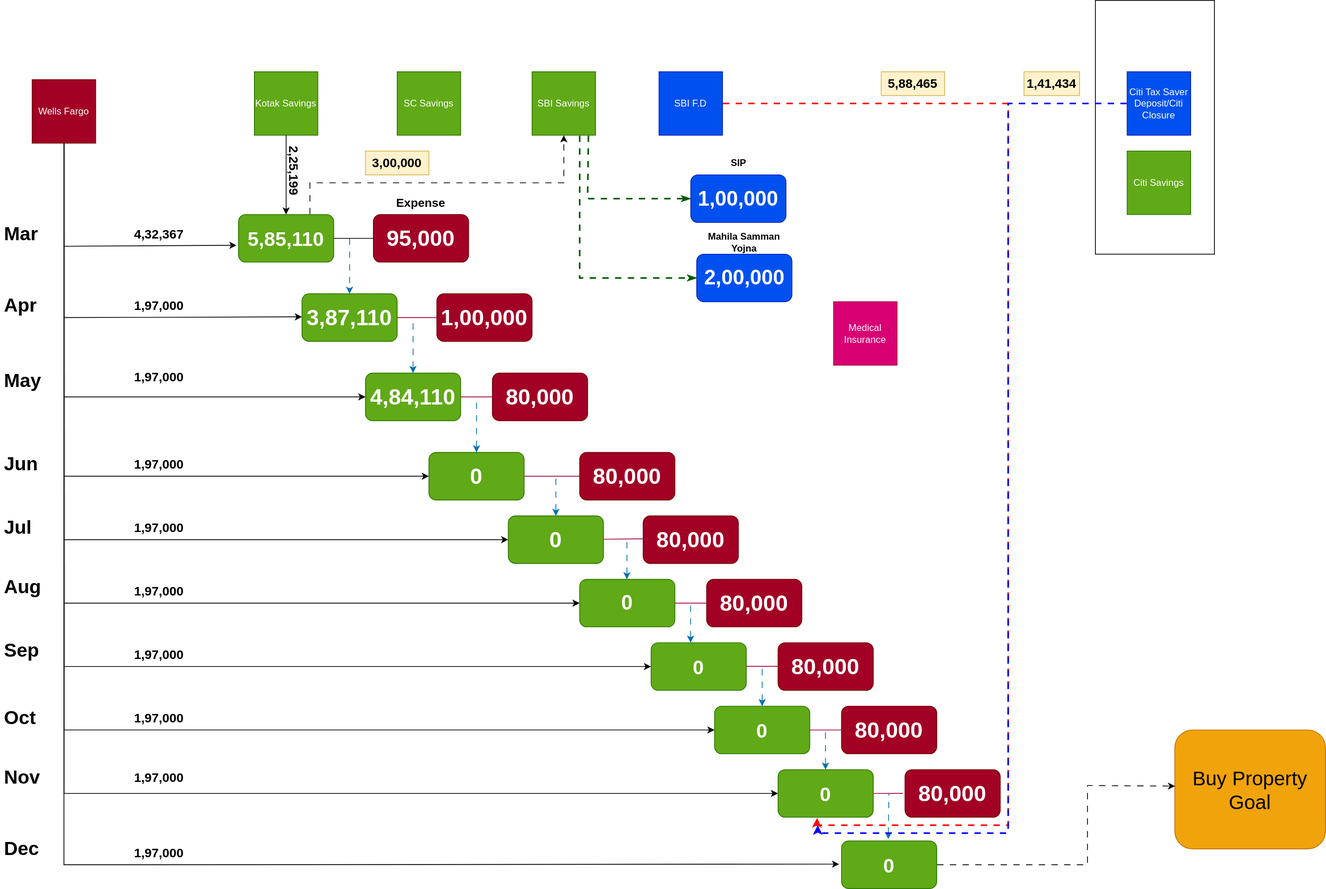
This is Investments.drawio.svg from uchiharizvi/design-diagrams, a draw.io export, as it was before one commit. Source tidied: cells renumbered, new cells last; positions are measured from the earlier drawing's top-left corner, leaving out a move shared by most shapes.
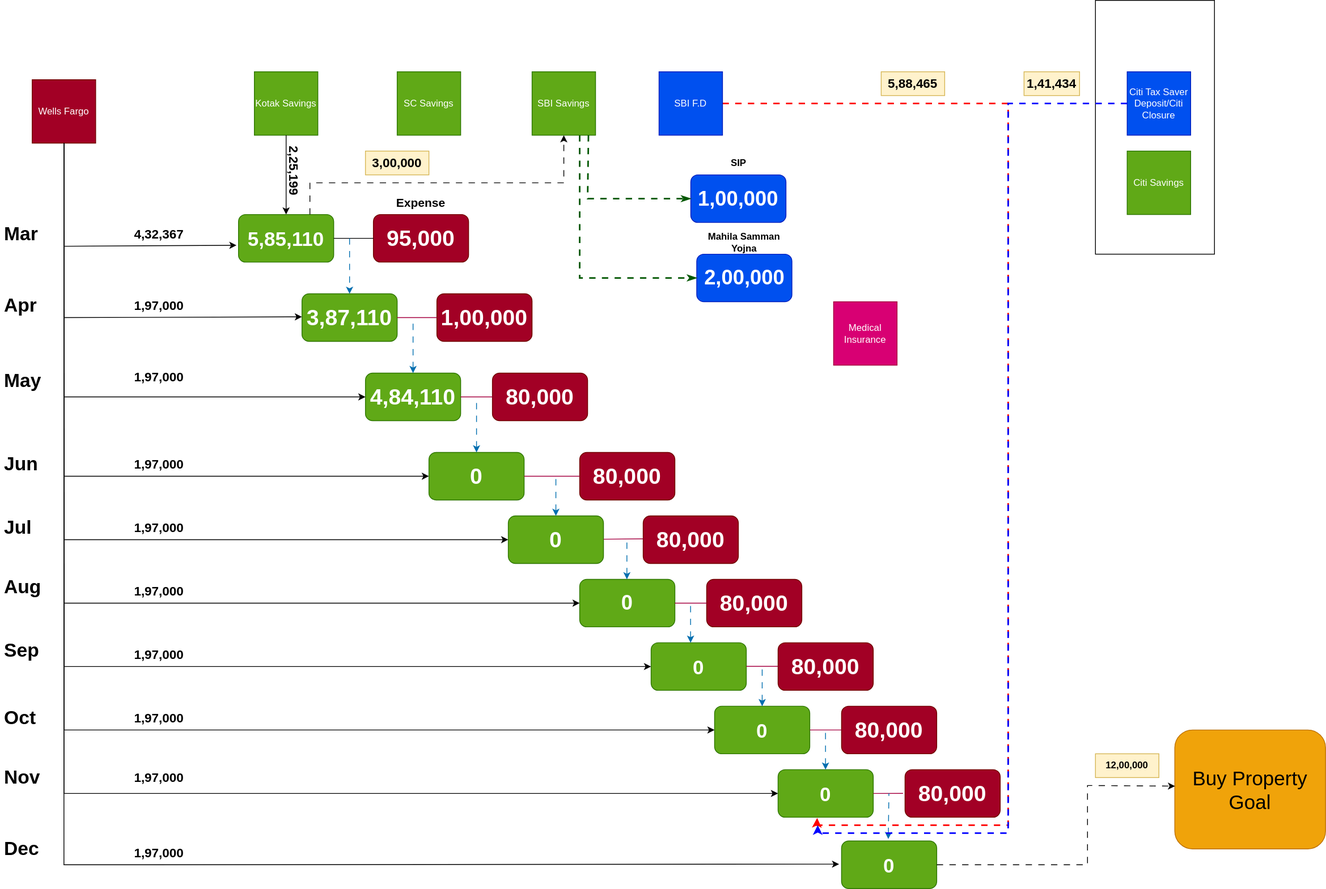
After the commit.

Change to the diagram source:
```diff
@@ -400,7 +400,7 @@
         </Array>
       </mxGeometry>
     </mxCell>
-    <mxCell id="94" style="endArrow=classic;html=1;rounded=0;exitX=1;exitY=0.5;exitDx=0;exitDy=0;entryX=0.002;entryY=0.472;entryDx=0;entryDy=0;entryPerimeter=0;fixDash=1;flowAnimation=1;" parent="1" edge="1" source="79" target="87">
+    <mxCell id="94" style="endArrow=classic;html=1;rounded=0;exitX=1;exitY=0.5;exitDx=0;exitDy=0;entryX=0.002;entryY=0.472;entryDx=0;entryDy=0;entryPerimeter=0;fixDash=1;flowAnimation=1;flowAnimationTimingFunction=linear;flowAnimationDuration=1000;" parent="1" edge="1" source="79" target="87">
       <mxGeometry relative="1" as="geometry">
         <Array as="points">
           <mxPoint x="1370" y="1090" />
@@ -408,5 +408,8 @@
         </Array>
       </mxGeometry>
     </mxCell>
+    <mxCell id="95" value="12,00,000" style="text;html=1;align=center;verticalAlign=middle;whiteSpace=wrap;rounded=0;fontStyle=1;fillColor=#fff2cc;strokeColor=#d6b656;" parent="1" vertex="1">
+      <mxGeometry x="1380" y="950" width="80" height="30" as="geometry" />
+    </mxCell>
   </root>
 </mxGraphModel>
```
